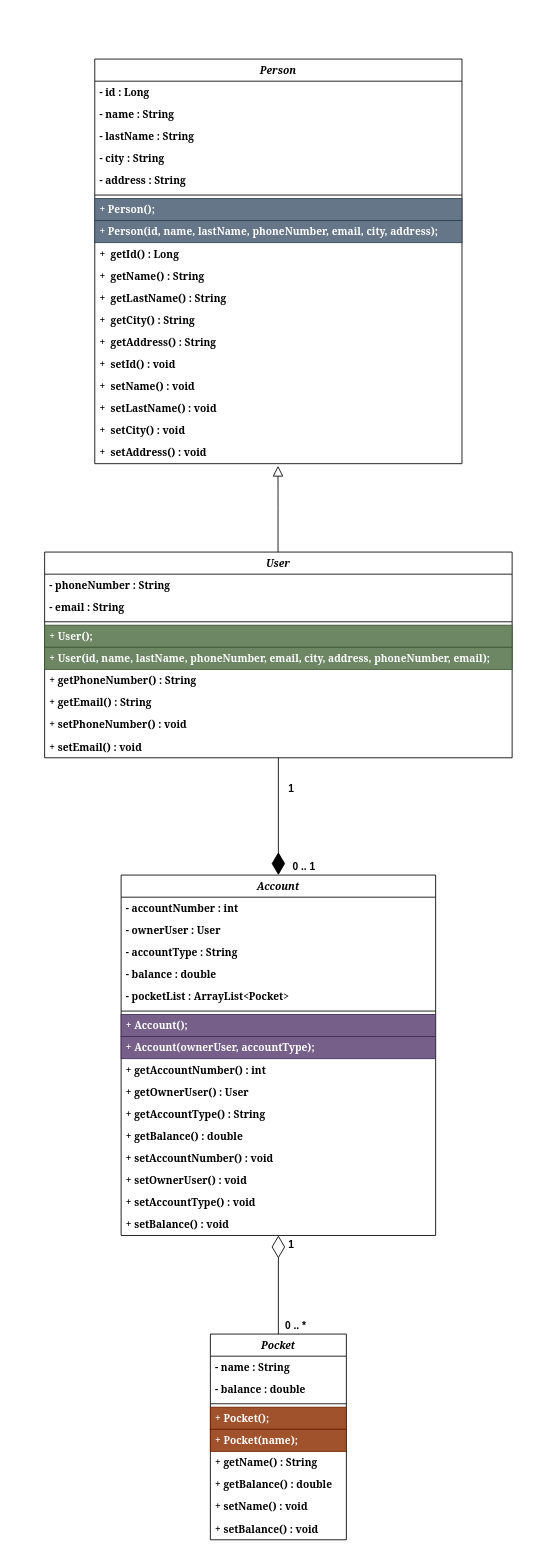
Above: docs/data-models.drawio in lopez-org/bank (draw.io), before the change. Source tidied: cells renumbered, new cells numbered last; positions are measured from the earlier drawing's top-left corner, leaving out a move shared by most shapes. Both pictures are drawn from the tidied source at 85%, with x=0, y=0 at pixel (44, 59).
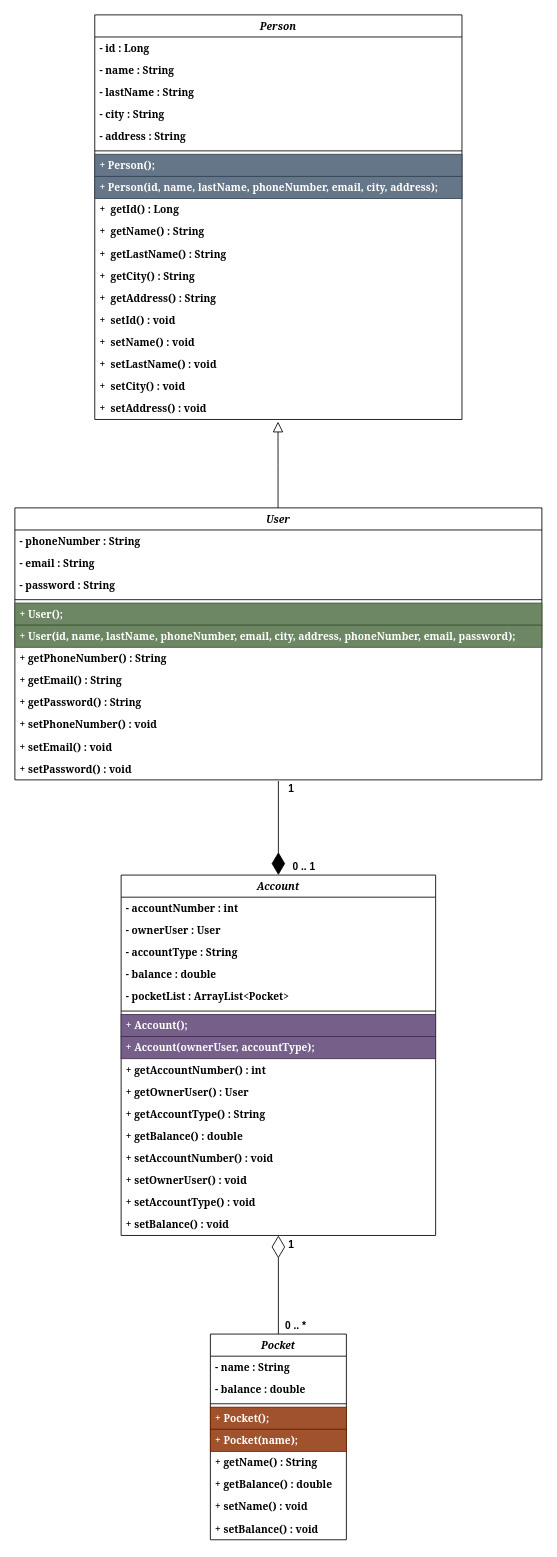
The same page after the edit.

Commit message:
He agregado el atributo "password" a la entidad "User"

The change refers to these unchanged cells:
```xml
<mxCell id="12" value="Account" style="swimlane;fontStyle=3;align=center;verticalAlign=top;horizontal=1;startSize=26;rounded=0;shadow=0;strokeWidth=1;fontFamily=Georgia;" parent="1" vertex="1">
  <mxGeometry x="90" y="960" width="370" height="424" as="geometry" />
</mxCell>
<mxCell id="47" value="+  setAddress() : void" style="text;align=left;verticalAlign=top;spacingLeft=4;spacingRight=4;overflow=hidden;points=[[0,0.5],[1,0.5]];portConstraint=eastwest;fontStyle=1;fontFamily=Georgia;" parent="29" vertex="1">
  <mxGeometry y="450" width="432" height="26" as="geometry" />
</mxCell>
```

Diff of the diagram source:
```diff
@@
     <mxCell id="2" value="User" style="swimlane;fontStyle=3;align=center;verticalAlign=top;horizontal=1;startSize=26;rounded=0;shadow=0;strokeWidth=1;fontFamily=Georgia;" parent="1" vertex="1">
-      <mxGeometry y="580" width="550" height="242" as="geometry" />
+      <mxGeometry x="-35" y="528" width="620" height="320" as="geometry" />
     </mxCell>
     <mxCell id="3" value="- phoneNumber : String" style="text;align=left;verticalAlign=top;spacingLeft=4;spacingRight=4;overflow=hidden;fontStyle=1;fontFamily=Georgia;" parent="2" vertex="1">
-      <mxGeometry y="26" width="550" height="26" as="geometry" />
+      <mxGeometry y="26" width="620" height="26" as="geometry" />
     </mxCell>
     <mxCell id="4" value="- email : String" style="text;align=left;verticalAlign=top;spacingLeft=4;spacingRight=4;overflow=hidden;fontStyle=1;fontFamily=Georgia;" parent="2" vertex="1">
-      <mxGeometry y="52" width="550" height="26" as="geometry" />
+      <mxGeometry y="52" width="620" height="26" as="geometry" />
     </mxCell>
+    <mxCell id="65" value="- password : String" style="text;align=left;verticalAlign=top;spacingLeft=4;spacingRight=4;overflow=hidden;fontStyle=1;fontFamily=Georgia;" parent="2" vertex="1">
+      <mxGeometry y="78" width="620" height="26" as="geometry" />
+    </mxCell>
     <mxCell id="5" style="line;html=1;strokeWidth=1;align=left;verticalAlign=middle;spacingTop=-1;spacingLeft=3;spacingRight=3;labelPosition=right;" parent="2" vertex="1">
-      <mxGeometry y="78" width="550" height="8" as="geometry" />
+      <mxGeometry y="104" width="620" height="8" as="geometry" />
     </mxCell>
     <mxCell id="6" value="+ User();" style="text;align=left;verticalAlign=top;spacingLeft=4;spacingRight=4;overflow=hidden;fontStyle=1;fontFamily=Georgia;fillColor=#6d8764;strokeColor=#3A5431;fontColor=#ffffff;" parent="2" vertex="1">
-      <mxGeometry y="86" width="550" height="26" as="geometry" />
+      <mxGeometry y="112" width="620" height="26" as="geometry" />
     </mxCell>
-    <mxCell id="7" value="+ User(id, name, lastName, phoneNumber, email, city, address, phoneNumber, email);" style="text;align=left;verticalAlign=top;spacingLeft=4;spacingRight=4;overflow=hidden;fontStyle=1;fontFamily=Georgia;fillColor=#6d8764;strokeColor=#3A5431;fontColor=#ffffff;" parent="2" vertex="1">
-      <mxGeometry y="112" width="550" height="26" as="geometry" />
+    <mxCell id="7" value="+ User(id, name, lastName, phoneNumber, email, city, address, phoneNumber, email, password);" style="text;align=left;verticalAlign=top;spacingLeft=4;spacingRight=4;overflow=hidden;fontStyle=1;fontFamily=Georgia;fillColor=#6d8764;strokeColor=#3A5431;fontColor=#ffffff;" parent="2" vertex="1">
+      <mxGeometry y="138" width="620" height="26" as="geometry" />
     </mxCell>
     <mxCell id="8" value="+ getPhoneNumber() : String" style="text;align=left;verticalAlign=top;spacingLeft=4;spacingRight=4;overflow=hidden;fontStyle=1;fontFamily=Georgia;" parent="2" vertex="1">
-      <mxGeometry y="138" width="550" height="26" as="geometry" />
+      <mxGeometry y="164" width="620" height="26" as="geometry" />
     </mxCell>
     <mxCell id="9" value="+ getEmail() : String" style="text;align=left;verticalAlign=top;spacingLeft=4;spacingRight=4;overflow=hidden;fontStyle=1;fontFamily=Georgia;" parent="2" vertex="1">
-      <mxGeometry y="164" width="550" height="26" as="geometry" />
+      <mxGeometry y="190" width="620" height="26" as="geometry" />
     </mxCell>
+    <mxCell id="66" value="+ getPassword() : String" style="text;align=left;verticalAlign=top;spacingLeft=4;spacingRight=4;overflow=hidden;fontStyle=1;fontFamily=Georgia;" parent="2" vertex="1">
+      <mxGeometry y="216" width="620" height="26" as="geometry" />
+    </mxCell>
     <mxCell id="10" value="+ setPhoneNumber() : void" style="text;align=left;verticalAlign=top;spacingLeft=4;spacingRight=4;overflow=hidden;fontStyle=1;fontFamily=Georgia;" parent="2" vertex="1">
-      <mxGeometry y="190" width="550" height="26" as="geometry" />
+      <mxGeometry y="242" width="620" height="26" as="geometry" />
     </mxCell>
     <mxCell id="11" value="+ setEmail() : void" style="text;align=left;verticalAlign=top;spacingLeft=4;spacingRight=4;overflow=hidden;fontStyle=1;fontFamily=Georgia;" parent="2" vertex="1">
-      <mxGeometry y="216" width="550" height="26" as="geometry" />
+      <mxGeometry y="268" width="620" height="26" as="geometry" />
     </mxCell>
+    <mxCell id="67" value="+ setPassword() : void" style="text;align=left;verticalAlign=top;spacingLeft=4;spacingRight=4;overflow=hidden;points=[[0,0.5],[1,0.5]];portConstraint=eastwest;fontStyle=1;fontFamily=Georgia;" parent="2" vertex="1">
+      <mxGeometry y="294" width="620" height="26" as="geometry" />
+    </mxCell>
@@
     <mxCell id="29" value="Person" style="swimlane;fontStyle=3;align=center;verticalAlign=top;horizontal=1;startSize=26;rounded=0;shadow=0;strokeWidth=1;fontFamily=Georgia;" parent="1" vertex="1">
-      <mxGeometry x="59" width="432" height="476" as="geometry" />
+      <mxGeometry x="59" y="-52" width="432" height="476" as="geometry" />
     </mxCell>
@@
     <mxCell id="48" style="endArrow=block;endSize=10;endFill=0;shadow=0;strokeWidth=1;rounded=0;edgeStyle=elbowEdgeStyle;elbow=vertical;entryX=0.499;entryY=1.098;entryDx=0;entryDy=0;entryPerimeter=0;" parent="1" edge="1" target="47">
       <mxGeometry relative="1" as="geometry">
-        <mxPoint x="274.6" y="580" as="sourcePoint" />
+        <mxPoint x="274.6" y="528" as="sourcePoint" />
       </mxGeometry>
     </mxCell>
@@
-    <mxCell id="59" style="endArrow=diamondThin;endFill=1;endSize=24;html=1;rounded=0;entryX=0.5;entryY=0;entryDx=0;entryDy=0;exitX=0.5;exitY=1;exitDx=0;exitDy=0;" parent="1" edge="1" source="2" target="12">
+    <mxCell id="59" style="endArrow=diamondThin;endFill=1;endSize=24;html=1;rounded=0;entryX=0.5;entryY=0;entryDx=0;entryDy=0;exitX=0.5;exitY=1.051;exitDx=0;exitDy=0;exitPerimeter=0;" parent="1" edge="1" source="67" target="12">
       <mxGeometry relative="1" as="geometry" />
     </mxCell>
```
